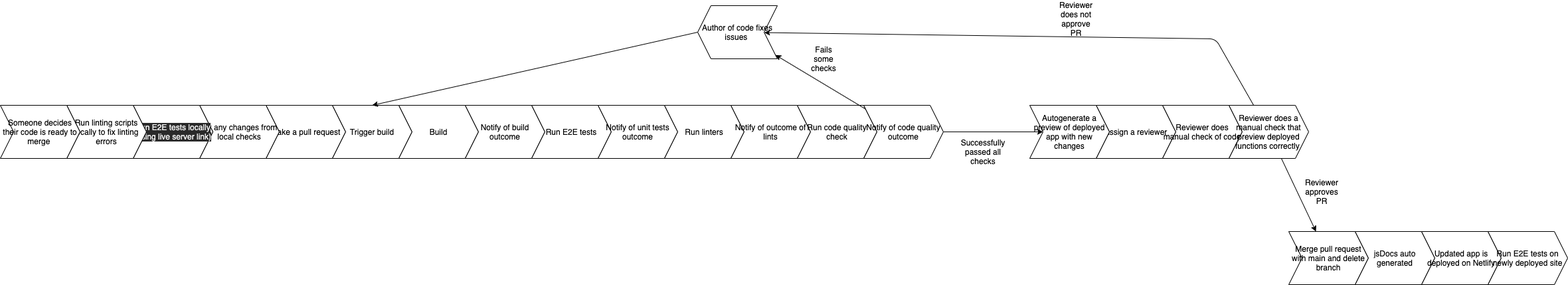
Earlier version of the draw.io export admin/cipipeline/phase1.drawio.png (cse110-fa21-group22/cse110-fa21-group22). Source tidied: cells renumbered, new cells last; positions are measured from the earlier drawing's top-left corner, leaving out a move shared by most shapes.
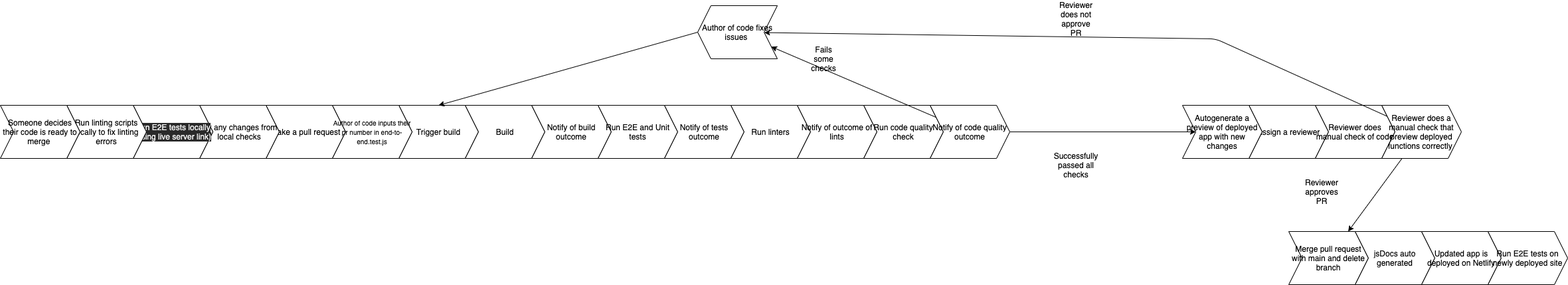
After the change.

Commit message:
edited the pipeline diagram and PR template

Change to the diagram source:
```diff
@@ -6,28 +6,28 @@
       <mxGeometry x="400" y="150" width="120" height="80" as="geometry" />
     </mxCell>
     <mxCell id="3" value="Trigger build" style="shape=step;perimeter=stepPerimeter;whiteSpace=wrap;html=1;fixedSize=1;" parent="1" vertex="1">
-      <mxGeometry x="500" y="150" width="120" height="80" as="geometry" />
+      <mxGeometry x="600" y="150" width="120" height="80" as="geometry" />
     </mxCell>
     <mxCell id="4" value="Build" style="shape=step;perimeter=stepPerimeter;whiteSpace=wrap;html=1;fixedSize=1;" parent="1" vertex="1">
-      <mxGeometry x="600" y="150" width="120" height="80" as="geometry" />
+      <mxGeometry x="700" y="150" width="120" height="80" as="geometry" />
     </mxCell>
     <mxCell id="5" value="Notify of build outcome" style="shape=step;perimeter=stepPerimeter;whiteSpace=wrap;html=1;fixedSize=1;" parent="1" vertex="1">
-      <mxGeometry x="700" y="150" width="120" height="80" as="geometry" />
+      <mxGeometry x="800" y="150" width="120" height="80" as="geometry" />
     </mxCell>
-    <mxCell id="6" value="Run E2E tests" style="shape=step;perimeter=stepPerimeter;whiteSpace=wrap;html=1;fixedSize=1;" parent="1" vertex="1">
-      <mxGeometry x="800" y="150" width="120" height="80" as="geometry" />
+    <mxCell id="6" value="Run E2E and Unit tests" style="shape=step;perimeter=stepPerimeter;whiteSpace=wrap;html=1;fixedSize=1;" parent="1" vertex="1">
+      <mxGeometry x="900" y="150" width="120" height="80" as="geometry" />
     </mxCell>
-    <mxCell id="7" value="Notify of unit tests outcome" style="shape=step;perimeter=stepPerimeter;whiteSpace=wrap;html=1;fixedSize=1;" parent="1" vertex="1">
-      <mxGeometry x="900" y="150" width="120" height="80" as="geometry" />
+    <mxCell id="7" value="Notify of tests outcome" style="shape=step;perimeter=stepPerimeter;whiteSpace=wrap;html=1;fixedSize=1;" parent="1" vertex="1">
+      <mxGeometry x="1000" y="150" width="120" height="80" as="geometry" />
     </mxCell>
     <mxCell id="8" value="Run linters" style="shape=step;perimeter=stepPerimeter;whiteSpace=wrap;html=1;fixedSize=1;" parent="1" vertex="1">
-      <mxGeometry x="1000" y="150" width="120" height="80" as="geometry" />
+      <mxGeometry x="1100" y="150" width="120" height="80" as="geometry" />
     </mxCell>
     <mxCell id="9" value="Notify of outcome of lints" style="shape=step;perimeter=stepPerimeter;whiteSpace=wrap;html=1;fixedSize=1;" parent="1" vertex="1">
-      <mxGeometry x="1100" y="150" width="120" height="80" as="geometry" />
+      <mxGeometry x="1200" y="150" width="120" height="80" as="geometry" />
     </mxCell>
     <mxCell id="10" value="Run code quality check" style="shape=step;perimeter=stepPerimeter;whiteSpace=wrap;html=1;fixedSize=1;" parent="1" vertex="1">
-      <mxGeometry x="1200" y="150" width="120" height="80" as="geometry" />
+      <mxGeometry x="1300" y="150" width="120" height="80" as="geometry" />
     </mxCell>
     <mxCell id="11" style="edgeStyle=none;html=1;" parent="1" edge="1" source="13" target="15">
       <mxGeometry relative="1" as="geometry" />
@@ -36,7 +36,7 @@
       <mxGeometry relative="1" as="geometry" />
     </mxCell>
     <mxCell id="13" value="Notify of code quality outcome" style="shape=step;perimeter=stepPerimeter;whiteSpace=wrap;html=1;fixedSize=1;" parent="1" vertex="1">
-      <mxGeometry x="1300" y="150" width="120" height="80" as="geometry" />
+      <mxGeometry x="1400" y="150" width="120" height="80" as="geometry" />
     </mxCell>
     <mxCell id="14" style="edgeStyle=none;html=1;exitX=1;exitY=0.5;exitDx=0;exitDy=0;entryX=0.5;entryY=0;entryDx=0;entryDy=0;" parent="1" edge="1" source="15" target="3">
       <mxGeometry relative="1" as="geometry" />
@@ -45,10 +45,10 @@
       <mxGeometry x="1050" width="120" height="80" as="geometry" />
     </mxCell>
     <mxCell id="16" value="Assign a reviewer" style="shape=step;perimeter=stepPerimeter;whiteSpace=wrap;html=1;fixedSize=1;" parent="1" vertex="1">
-      <mxGeometry x="1650" y="150" width="120" height="80" as="geometry" />
+      <mxGeometry x="1880" y="150" width="120" height="80" as="geometry" />
     </mxCell>
     <mxCell id="17" value="Reviewer does manual check of code" style="shape=step;perimeter=stepPerimeter;whiteSpace=wrap;html=1;fixedSize=1;" parent="1" vertex="1">
-      <mxGeometry x="1750" y="150" width="120" height="80" as="geometry" />
+      <mxGeometry x="1980" y="150" width="120" height="80" as="geometry" />
     </mxCell>
     <mxCell id="18" value="Merge pull request with main and delete branch" style="shape=step;perimeter=stepPerimeter;whiteSpace=wrap;html=1;fixedSize=1;" parent="1" vertex="1">
       <mxGeometry x="1940" y="340" width="120" height="80" as="geometry" />
@@ -57,13 +57,13 @@
       <mxGeometry x="2040" y="340" width="120" height="80" as="geometry" />
     </mxCell>
     <mxCell id="20" value="Successfully passed all checks" style="text;html=1;strokeColor=none;fillColor=none;align=center;verticalAlign=middle;whiteSpace=wrap;rounded=0;" parent="1" vertex="1">
-      <mxGeometry x="1460" y="210" width="40" height="20" as="geometry" />
+      <mxGeometry x="1600" y="230" width="40" height="20" as="geometry" />
     </mxCell>
     <mxCell id="21" value="Fails some checks" style="text;html=1;strokeColor=none;fillColor=none;align=center;verticalAlign=middle;whiteSpace=wrap;rounded=0;" parent="1" vertex="1">
       <mxGeometry x="1220" y="70" width="40" height="20" as="geometry" />
     </mxCell>
     <mxCell id="22" value="Autogenerate a preview of deployed app with new changes" style="shape=step;perimeter=stepPerimeter;whiteSpace=wrap;html=1;fixedSize=1;" parent="1" vertex="1">
-      <mxGeometry x="1550" y="150" width="120" height="80" as="geometry" />
+      <mxGeometry x="1780" y="150" width="120" height="80" as="geometry" />
     </mxCell>
     <mxCell id="23" style="edgeStyle=none;html=1;" parent="1" edge="1" source="25" target="18">
       <mxGeometry relative="1" as="geometry" />
@@ -76,7 +76,7 @@
       </mxGeometry>
     </mxCell>
     <mxCell id="25" value="Reviewer does a manual check that preview deployed functions correctly&amp;nbsp;" style="shape=step;perimeter=stepPerimeter;whiteSpace=wrap;html=1;fixedSize=1;" parent="1" vertex="1">
-      <mxGeometry x="1850" y="150" width="120" height="80" as="geometry" />
+      <mxGeometry x="2080" y="150" width="120" height="80" as="geometry" />
     </mxCell>
     <mxCell id="26" value="Reviewer approves PR" style="text;html=1;strokeColor=none;fillColor=none;align=center;verticalAlign=middle;whiteSpace=wrap;rounded=0;" parent="1" vertex="1">
       <mxGeometry x="1970" y="270" width="40" height="20" as="geometry" />
@@ -102,5 +102,8 @@
     <mxCell id="33" value="Run E2E tests on newly deployed site" style="shape=step;perimeter=stepPerimeter;whiteSpace=wrap;html=1;fixedSize=1;" parent="1" vertex="1">
       <mxGeometry x="2240" y="340" width="120" height="80" as="geometry" />
     </mxCell>
+    <mxCell id="34" value="&lt;font style=&quot;font-size: 10px&quot;&gt;Author of code inputs their pr number in end-to-end.test.js&lt;/font&gt;" style="shape=step;perimeter=stepPerimeter;whiteSpace=wrap;html=1;fixedSize=1;" parent="1" vertex="1">
+      <mxGeometry x="500" y="150" width="120" height="80" as="geometry" />
+    </mxCell>
   </root>
 </mxGraphModel>
```
